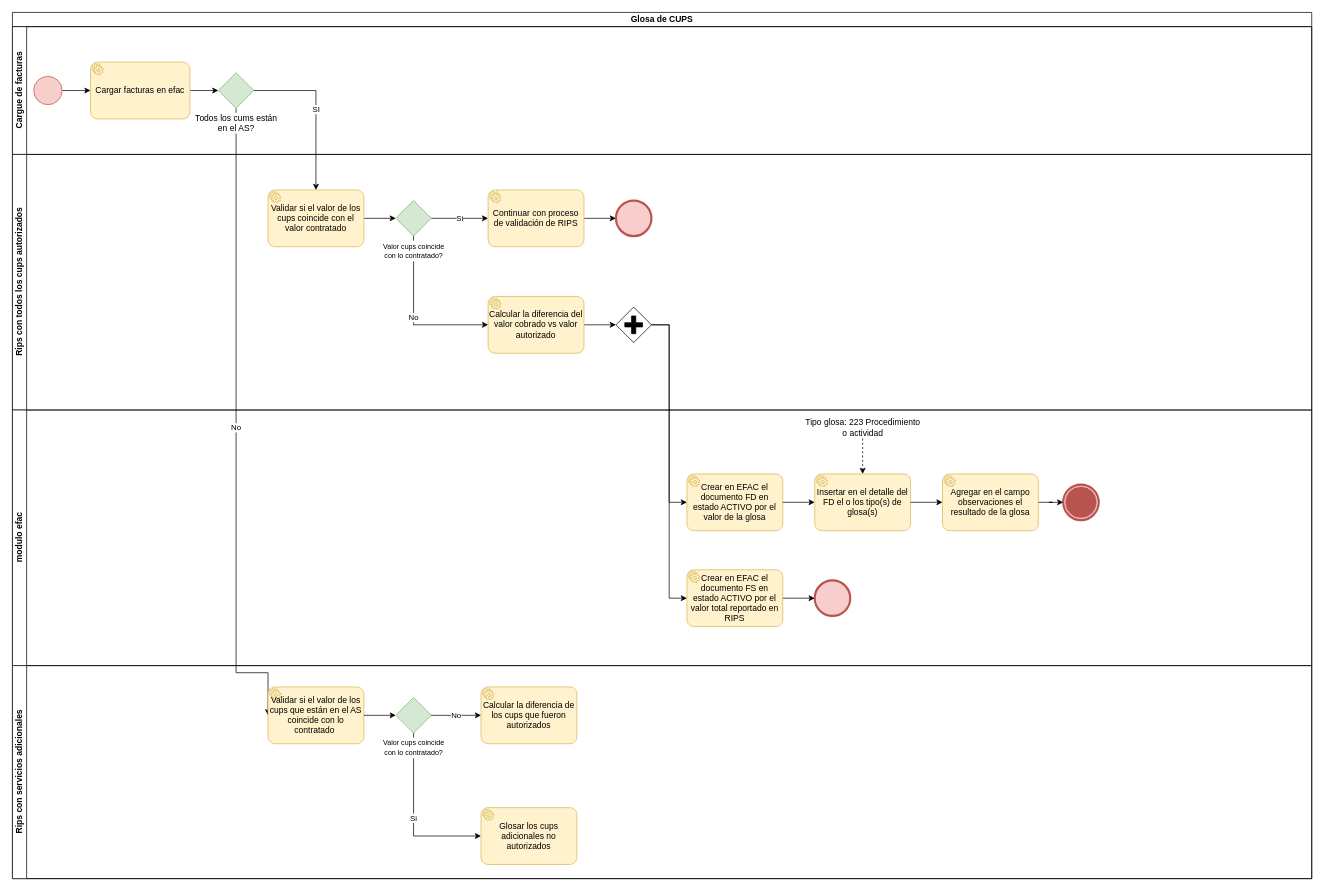
Above: Glosar cups con factura diferente a la contratada.drawio in kevinjporto/Diagramas-de-procesos (draw.io), before the change. Source tidied: cells renumbered, new cells numbered last; positions are measured from the earlier drawing's top-left corner, leaving out a move shared by most shapes. Both pictures are drawn from the tidied source at 71%, with x=0, y=0 at pixel (12, 12).
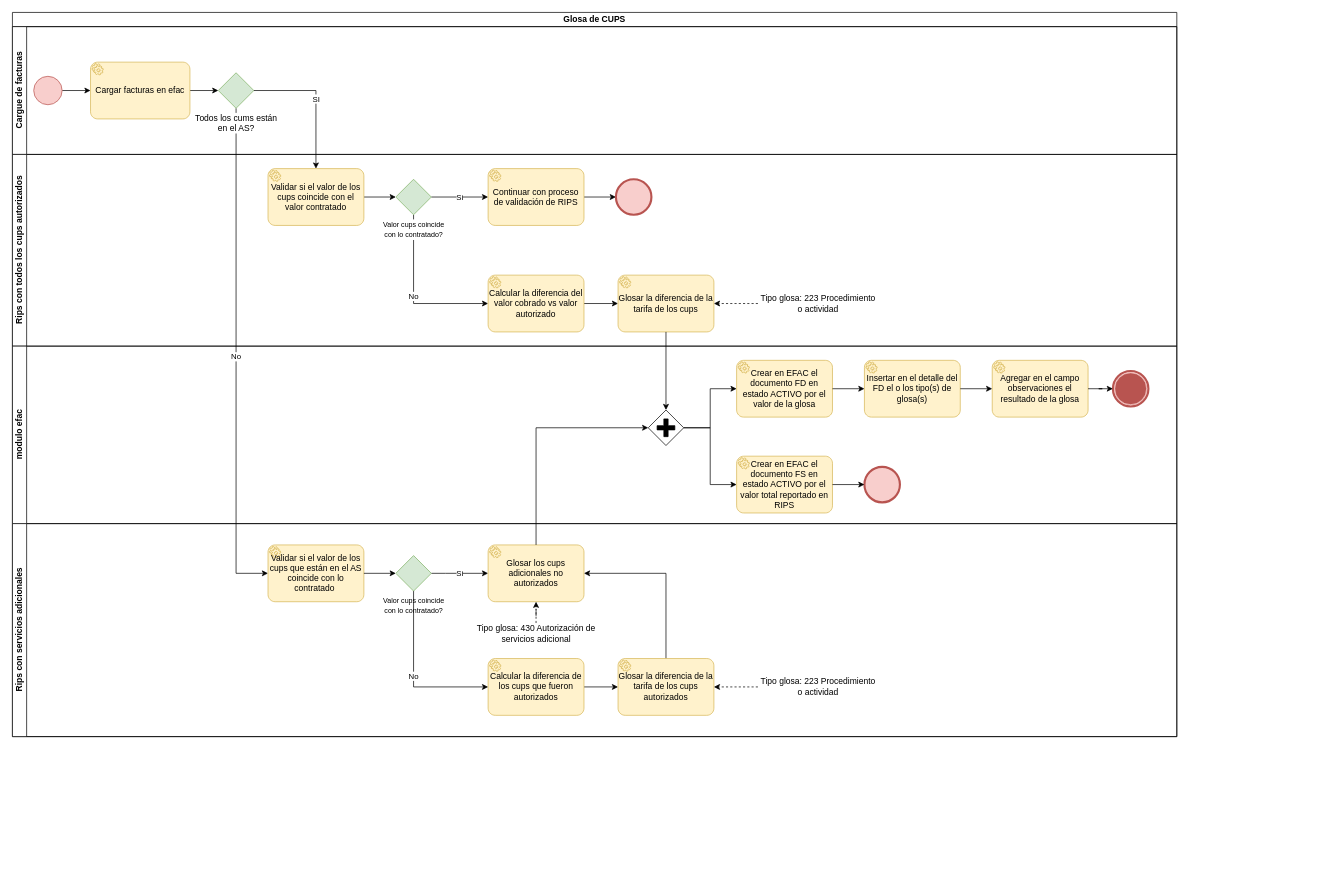
After the change.

The change refers to these unchanged cells:
```xml
<mxCell id="9" value="Todos los cums están&lt;br&gt;en el AS?" style="points=[[0.25,0.25,0],[0.5,0,0],[0.75,0.25,0],[1,0.5,0],[0.75,0.75,0],[0.5,1,0],[0.25,0.75,0],[0,0.5,0]];shape=mxgraph.bpmn.gateway2;html=1;verticalLabelPosition=bottom;labelBackgroundColor=#ffffff;verticalAlign=top;align=center;perimeter=rhombusPerimeter;outlineConnect=0;outline=none;symbol=none;fillColor=#d5e8d4;strokeColor=#82b366;" parent="4" vertex="1">
  <mxGeometry x="290" y="65" width="50" height="50" as="geometry" />
</mxCell>
<mxCell id="38" value="Validar si el valor de los cups que están en el AS coincide con lo contratado&amp;nbsp;" style="points=[[0.25,0,0],[0.5,0,0],[0.75,0,0],[1,0.25,0],[1,0.5,0],[1,0.75,0],[0.75,1,0],[0.5,1,0],[0.25,1,0],[0,0.75,0],[0,0.5,0],[0,0.25,0]];shape=mxgraph.bpmn.task;whiteSpace=wrap;rectStyle=rounded;size=10;html=1;taskMarker=service;fillColor=#fff2cc;strokeColor=#d6b656;" parent="36" vertex="1">
  <mxGeometry x="360" y="30" width="135" height="80" as="geometry" />
</mxCell>
<mxCell id="41" value="&lt;font style=&quot;font-size: 10px;&quot;&gt;Valor cups coincide&lt;br&gt;con lo contratado?&lt;/font&gt;" style="points=[[0.25,0.25,0],[0.5,0,0],[0.75,0.25,0],[1,0.5,0],[0.75,0.75,0],[0.5,1,0],[0.25,0.75,0],[0,0.5,0]];shape=mxgraph.bpmn.gateway2;html=1;verticalLabelPosition=bottom;labelBackgroundColor=#ffffff;verticalAlign=top;align=center;perimeter=rhombusPerimeter;outlineConnect=0;outline=none;symbol=none;fillColor=#d5e8d4;strokeColor=#82b366;" parent="36" vertex="1">
  <mxGeometry x="540" y="45" width="50" height="50" as="geometry" />
</mxCell>
```

The edit, as a diff of the source:
```diff
@@
     <mxCell id="2" value="Glosa de CUPS" style="swimlane;html=1;horizontal=1;startSize=20;whiteSpace=wrap;" parent="1" vertex="1">
-      <mxGeometry width="1830" height="1220" as="geometry" />
+      <mxGeometry width="1640" height="1020" as="geometry" />
     </mxCell>
     <mxCell id="3" value="No" style="edgeStyle=orthogonalEdgeStyle;rounded=0;jettySize=auto;html=1;entryX=0;entryY=0.5;entryDx=0;entryDy=0;entryPerimeter=0;" parent="2" edge="1" source="9" target="38">
       <mxGeometry relative="1" as="geometry">
         <Array as="points">
-          <mxPoint x="315" y="930" />
+          <mxPoint x="315" y="790" />
         </Array>
       </mxGeometry>
     </mxCell>
     <mxCell id="4" value="Cargue de facturas" style="swimlane;html=1;startSize=20;horizontal=0;" parent="2" vertex="1">
-      <mxGeometry y="20" width="1830" height="180" as="geometry" />
+      <mxGeometry y="20" width="1640" height="180" as="geometry" />
     </mxCell>
@@
     <mxCell id="10" value="Rips con todos los cups autorizados" style="swimlane;html=1;startSize=20;horizontal=0;" parent="2" vertex="1">
-      <mxGeometry y="200" width="1830" height="360" as="geometry" />
+      <mxGeometry y="200" width="1640" height="270" as="geometry" />
     </mxCell>
@@
     <mxCell id="12" value="Validar si el valor de los cups coincide con el valor contratado" style="points=[[0.25,0,0],[0.5,0,0],[0.75,0,0],[1,0.25,0],[1,0.5,0],[1,0.75,0],[0.75,1,0],[0.5,1,0],[0.25,1,0],[0,0.75,0],[0,0.5,0],[0,0.25,0]];shape=mxgraph.bpmn.task;whiteSpace=wrap;rectStyle=rounded;size=10;html=1;taskMarker=service;fillColor=#fff2cc;strokeColor=#d6b656;" parent="10" vertex="1">
-      <mxGeometry x="360" y="50" width="135" height="80" as="geometry" />
+      <mxGeometry x="360" y="20" width="135" height="80" as="geometry" />
     </mxCell>
@@
     <mxCell id="14" value="No" style="edgeStyle=orthogonalEdgeStyle;rounded=0;jettySize=auto;html=1;entryX=0;entryY=0.5;entryDx=0;entryDy=0;entryPerimeter=0;" parent="10" edge="1" source="15" target="19">
       <mxGeometry relative="1" as="geometry">
         <Array as="points">
-          <mxPoint x="565" y="240" />
+          <mxPoint x="565" y="210" />
         </Array>
       </mxGeometry>
     </mxCell>
     <mxCell id="15" value="&lt;font style=&quot;font-size: 10px;&quot;&gt;Valor cups coincide&lt;br&gt;con lo contratado?&lt;/font&gt;" style="points=[[0.25,0.25,0],[0.5,0,0],[0.75,0.25,0],[1,0.5,0],[0.75,0.75,0],[0.5,1,0],[0.25,0.75,0],[0,0.5,0]];shape=mxgraph.bpmn.gateway2;html=1;verticalLabelPosition=bottom;labelBackgroundColor=#ffffff;verticalAlign=top;align=center;perimeter=rhombusPerimeter;outlineConnect=0;outline=none;symbol=none;fillColor=#d5e8d4;strokeColor=#82b366;" parent="10" vertex="1">
-      <mxGeometry x="540" y="65" width="50" height="50" as="geometry" />
+      <mxGeometry x="540" y="35" width="50" height="50" as="geometry" />
     </mxCell>
@@
     <mxCell id="17" value="Continuar con proceso de validación de RIPS" style="points=[[0.25,0,0],[0.5,0,0],[0.75,0,0],[1,0.25,0],[1,0.5,0],[1,0.75,0],[0.75,1,0],[0.5,1,0],[0.25,1,0],[0,0.75,0],[0,0.5,0],[0,0.25,0]];shape=mxgraph.bpmn.task;whiteSpace=wrap;rectStyle=rounded;size=10;html=1;taskMarker=service;fillColor=#fff2cc;strokeColor=#d6b656;" parent="10" vertex="1">
-      <mxGeometry x="670" y="50" width="135" height="80" as="geometry" />
+      <mxGeometry x="670" y="20" width="135" height="80" as="geometry" />
     </mxCell>
-    <mxCell id="18" style="edgeStyle=orthogonalEdgeStyle;rounded=0;jettySize=auto;html=1;" parent="10" edge="1" source="19" target="21">
-      <mxGeometry relative="1" as="geometry" />
-    </mxCell>
+    <mxCell id="46" style="edgeStyle=orthogonalEdgeStyle;rounded=0;jettySize=auto;html=1;" parent="10" edge="1" source="19" target="47">
+      <mxGeometry relative="1" as="geometry" />
+    </mxCell>
     <mxCell id="19" value="Calcular la diferencia del valor cobrado vs valor autorizado" style="points=[[0.25,0,0],[0.5,0,0],[0.75,0,0],[1,0.25,0],[1,0.5,0],[1,0.75,0],[0.75,1,0],[0.5,1,0],[0.25,1,0],[0,0.75,0],[0,0.5,0],[0,0.25,0]];shape=mxgraph.bpmn.task;whiteSpace=wrap;rectStyle=rounded;size=10;html=1;taskMarker=service;fillColor=#fff2cc;strokeColor=#d6b656;" parent="10" vertex="1">
-      <mxGeometry x="670" y="200" width="135" height="80" as="geometry" />
+      <mxGeometry x="670" y="170" width="135" height="80" as="geometry" />
     </mxCell>
     <mxCell id="20" style="points=[[0.145,0.145,0],[0.5,0,0],[0.855,0.145,0],[1,0.5,0],[0.855,0.855,0],[0.5,1,0],[0.145,0.855,0],[0,0.5,0]];shape=mxgraph.bpmn.event;html=1;verticalLabelPosition=bottom;labelBackgroundColor=#ffffff;verticalAlign=top;align=center;perimeter=ellipsePerimeter;outlineConnect=0;outline=end;symbol=terminate2;fillColor=#f8cecc;strokeColor=#b85450;" parent="10" vertex="1">
-      <mxGeometry x="850" y="65" width="50" height="50" as="geometry" />
+      <mxGeometry x="850" y="35" width="50" height="50" as="geometry" />
     </mxCell>
-    <mxCell id="21" style="points=[[0.25,0.25,0],[0.5,0,0],[0.75,0.25,0],[1,0.5,0],[0.75,0.75,0],[0.5,1,0],[0.25,0.75,0],[0,0.5,0]];shape=mxgraph.bpmn.gateway2;html=1;verticalLabelPosition=bottom;labelBackgroundColor=#ffffff;verticalAlign=top;align=center;perimeter=rhombusPerimeter;outlineConnect=0;outline=none;symbol=none;gwType=parallel;" parent="10" vertex="1">
-      <mxGeometry x="850" y="215" width="50" height="50" as="geometry" />
-    </mxCell>
+    <mxCell id="47" value="Glosar la diferencia de la tarifa de los cups" style="points=[[0.25,0,0],[0.5,0,0],[0.75,0,0],[1,0.25,0],[1,0.5,0],[1,0.75,0],[0.75,1,0],[0.5,1,0],[0.25,1,0],[0,0.75,0],[0,0.5,0],[0,0.25,0]];shape=mxgraph.bpmn.task;whiteSpace=wrap;rectStyle=rounded;size=10;html=1;taskMarker=service;fillColor=#fff2cc;strokeColor=#d6b656;" parent="10" vertex="1">
+      <mxGeometry x="853" y="170" width="135" height="80" as="geometry" />
+    </mxCell>
+    <mxCell id="48" style="edgeStyle=orthogonalEdgeStyle;rounded=0;jettySize=auto;html=1;dashed=1;" parent="10" edge="1" source="33" target="47">
+      <mxGeometry relative="1" as="geometry" />
+    </mxCell>
+    <mxCell id="33" value="Tipo glosa: 223 Procedimiento o actividad" style="text;html=1;strokeColor=none;fillColor=none;align=center;verticalAlign=middle;whiteSpace=wrap;rounded=0;" parent="10" vertex="1">
+      <mxGeometry x="1050" y="195" width="170" height="30" as="geometry" />
+    </mxCell>
     <mxCell id="22" value="modulo efac" style="swimlane;html=1;startSize=20;horizontal=0;" parent="2" vertex="1">
-      <mxGeometry y="560" width="1830" height="360" as="geometry" />
+      <mxGeometry y="470" width="1640" height="250" as="geometry" />
     </mxCell>
     <mxCell id="23" value="Crear en EFAC el documento FD en estado ACTIVO por el valor de la glosa" style="points=[[0.25,0,0],[0.5,0,0],[0.75,0,0],[1,0.25,0],[1,0.5,0],[1,0.75,0],[0.75,1,0],[0.5,1,0],[0.25,1,0],[0,0.75,0],[0,0.5,0],[0,0.25,0]];shape=mxgraph.bpmn.task;whiteSpace=wrap;rectStyle=rounded;size=10;html=1;taskMarker=service;fillColor=#fff2cc;strokeColor=#d6b656;" parent="22" vertex="1">
-      <mxGeometry x="950" y="90" width="135" height="80" as="geometry" />
+      <mxGeometry x="1020" y="20" width="135" height="80" as="geometry" />
     </mxCell>
     <mxCell id="24" value="Crear en EFAC el documento FS en estado ACTIVO por el valor total reportado en RIPS" style="points=[[0.25,0,0],[0.5,0,0],[0.75,0,0],[1,0.25,0],[1,0.5,0],[1,0.75,0],[0.75,1,0],[0.5,1,0],[0.25,1,0],[0,0.75,0],[0,0.5,0],[0,0.25,0]];shape=mxgraph.bpmn.task;whiteSpace=wrap;rectStyle=rounded;size=10;html=1;taskMarker=service;fillColor=#fff2cc;strokeColor=#d6b656;" parent="22" vertex="1">
-      <mxGeometry x="950" y="225" width="135" height="80" as="geometry" />
+      <mxGeometry x="1020" y="155" width="135" height="80" as="geometry" />
     </mxCell>
     <mxCell id="25" value="Insertar en el detalle del FD el o los tipo(s) de glosa(s)" style="points=[[0.25,0,0],[0.5,0,0],[0.75,0,0],[1,0.25,0],[1,0.5,0],[1,0.75,0],[0.75,1,0],[0.5,1,0],[0.25,1,0],[0,0.75,0],[0,0.5,0],[0,0.25,0]];shape=mxgraph.bpmn.task;whiteSpace=wrap;rectStyle=rounded;size=10;html=1;taskMarker=service;fillColor=#fff2cc;strokeColor=#d6b656;" parent="22" vertex="1">
-      <mxGeometry x="1130" y="90" width="135" height="80" as="geometry" />
+      <mxGeometry x="1200" y="20" width="135" height="80" as="geometry" />
     </mxCell>
@@
     <mxCell id="27" value="Agregar en el campo observaciones el resultado de la glosa" style="points=[[0.25,0,0],[0.5,0,0],[0.75,0,0],[1,0.25,0],[1,0.5,0],[1,0.75,0],[0.75,1,0],[0.5,1,0],[0.25,1,0],[0,0.75,0],[0,0.5,0],[0,0.25,0]];shape=mxgraph.bpmn.task;whiteSpace=wrap;rectStyle=rounded;size=10;html=1;taskMarker=service;fillColor=#fff2cc;strokeColor=#d6b656;" parent="22" vertex="1">
-      <mxGeometry x="1310" y="90" width="135" height="80" as="geometry" />
+      <mxGeometry x="1380" y="20" width="135" height="80" as="geometry" />
     </mxCell>
@@
     <mxCell id="29" style="points=[[0.145,0.145,0],[0.5,0,0],[0.855,0.145,0],[1,0.5,0],[0.855,0.855,0],[0.5,1,0],[0.145,0.855,0],[0,0.5,0]];shape=mxgraph.bpmn.event;html=1;verticalLabelPosition=bottom;labelBackgroundColor=#ffffff;verticalAlign=top;align=center;perimeter=ellipsePerimeter;outlineConnect=0;outline=end;symbol=terminate;fillColor=#f8cecc;strokeColor=#b85450;" parent="22" vertex="1">
-      <mxGeometry x="1480" y="105" width="50" height="50" as="geometry" />
+      <mxGeometry x="1550" y="35" width="50" height="50" as="geometry" />
     </mxCell>
@@
     <mxCell id="31" style="points=[[0.145,0.145,0],[0.5,0,0],[0.855,0.145,0],[1,0.5,0],[0.855,0.855,0],[0.5,1,0],[0.145,0.855,0],[0,0.5,0]];shape=mxgraph.bpmn.event;html=1;verticalLabelPosition=bottom;labelBackgroundColor=#ffffff;verticalAlign=top;align=center;perimeter=ellipsePerimeter;outlineConnect=0;outline=end;symbol=terminate2;fillColor=#f8cecc;strokeColor=#b85450;" parent="22" vertex="1">
-      <mxGeometry x="1130" y="240" width="50" height="50" as="geometry" />
+      <mxGeometry x="1200" y="170" width="50" height="50" as="geometry" />
     </mxCell>
@@
-    <mxCell id="33" value="Tipo glosa: 223 Procedimiento o actividad" style="text;html=1;strokeColor=none;fillColor=none;align=center;verticalAlign=middle;whiteSpace=wrap;rounded=0;" parent="22" vertex="1">
-      <mxGeometry x="1112.5" y="10" width="170" height="30" as="geometry" />
-    </mxCell>
-    <mxCell id="34" style="edgeStyle=orthogonalEdgeStyle;rounded=0;jettySize=auto;html=1;dashed=1;" parent="22" edge="1" source="33" target="25">
-      <mxGeometry relative="1" as="geometry" />
-    </mxCell>
+    <mxCell id="21" style="points=[[0.25,0.25,0],[0.5,0,0],[0.75,0.25,0],[1,0.5,0],[0.75,0.75,0],[0.5,1,0],[0.25,0.75,0],[0,0.5,0]];shape=mxgraph.bpmn.gateway2;html=1;verticalLabelPosition=bottom;labelBackgroundColor=#ffffff;verticalAlign=top;align=center;perimeter=rhombusPerimeter;outlineConnect=0;outline=none;symbol=none;gwType=parallel;" parent="22" vertex="1">
+      <mxGeometry x="895.5" y="90" width="50" height="50" as="geometry" />
+    </mxCell>
+    <mxCell id="44" style="edgeStyle=orthogonalEdgeStyle;rounded=0;jettySize=auto;html=1;entryX=0;entryY=0.5;entryDx=0;entryDy=0;entryPerimeter=0;" parent="22" edge="1" source="21" target="23">
+      <mxGeometry relative="1" as="geometry" />
+    </mxCell>
+    <mxCell id="45" style="edgeStyle=orthogonalEdgeStyle;rounded=0;jettySize=auto;html=1;entryX=0;entryY=0.5;entryDx=0;entryDy=0;entryPerimeter=0;" parent="22" edge="1" source="21" target="24">
+      <mxGeometry relative="1" as="geometry" />
+    </mxCell>
@@
     <mxCell id="36" value="Rips con servicios adicionales" style="swimlane;html=1;startSize=20;horizontal=0;" parent="2" vertex="1">
-      <mxGeometry y="920" width="1830" height="300" as="geometry" />
+      <mxGeometry y="720" width="1640" height="300" as="geometry" />
     </mxCell>
     <mxCell id="37" value="Si" style="edgeStyle=orthogonalEdgeStyle;rounded=0;jettySize=auto;html=1;entryX=0;entryY=0.5;entryDx=0;entryDy=0;entryPerimeter=0;" parent="36" edge="1" source="41" target="40">
       <mxGeometry relative="1" as="geometry">
         <Array as="points">
-          <mxPoint x="565" y="240" />
+          <mxPoint x="610" y="70" />
+          <mxPoint x="610" y="70" />
         </Array>
       </mxGeometry>
     </mxCell>
@@
+    <mxCell id="49" style="edgeStyle=orthogonalEdgeStyle;rounded=0;jettySize=auto;html=1;" parent="36" edge="1" source="39" target="51">
+      <mxGeometry relative="1" as="geometry" />
+    </mxCell>
     <mxCell id="39" value="Calcular la diferencia de los cups que fueron autorizados" style="points=[[0.25,0,0],[0.5,0,0],[0.75,0,0],[1,0.25,0],[1,0.5,0],[1,0.75,0],[0.75,1,0],[0.5,1,0],[0.25,1,0],[0,0.75,0],[0,0.5,0],[0,0.25,0]];shape=mxgraph.bpmn.task;whiteSpace=wrap;rectStyle=rounded;size=10;html=1;taskMarker=service;fillColor=#fff2cc;strokeColor=#d6b656;" parent="36" vertex="1">
-      <mxGeometry x="660" y="30" width="135" height="80" as="geometry" />
+      <mxGeometry x="670" y="190" width="135" height="80" as="geometry" />
     </mxCell>
     <mxCell id="40" value="Glosar los cups adicionales no autorizados" style="points=[[0.25,0,0],[0.5,0,0],[0.75,0,0],[1,0.25,0],[1,0.5,0],[1,0.75,0],[0.75,1,0],[0.5,1,0],[0.25,1,0],[0,0.75,0],[0,0.5,0],[0,0.25,0]];shape=mxgraph.bpmn.task;whiteSpace=wrap;rectStyle=rounded;size=10;html=1;taskMarker=service;fillColor=#fff2cc;strokeColor=#d6b656;" parent="36" vertex="1">
-      <mxGeometry x="660" y="200" width="135" height="80" as="geometry" />
+      <mxGeometry x="670" y="30" width="135" height="80" as="geometry" />
     </mxCell>
@@
-    <mxCell id="43" value="No" style="edgeStyle=orthogonalEdgeStyle;rounded=0;jettySize=auto;html=1;entryX=0;entryY=0.5;entryDx=0;entryDy=0;entryPerimeter=0;exitX=1;exitY=0.5;exitDx=0;exitDy=0;exitPerimeter=0;" parent="36" edge="1" source="41" target="39">
+    <mxCell id="43" value="No" style="edgeStyle=orthogonalEdgeStyle;rounded=0;jettySize=auto;html=1;entryX=0;entryY=0.5;entryDx=0;entryDy=0;entryPerimeter=0;exitX=0.5;exitY=1;exitDx=0;exitDy=0;exitPerimeter=0;" parent="36" edge="1" source="41" target="39">
       <mxGeometry relative="1" as="geometry">
         <Array as="points">
-          <mxPoint x="660" y="70" />
+          <mxPoint x="565" y="230" />
         </Array>
       </mxGeometry>
     </mxCell>
-    <mxCell id="44" style="edgeStyle=orthogonalEdgeStyle;rounded=0;jettySize=auto;html=1;entryX=0;entryY=0.5;entryDx=0;entryDy=0;entryPerimeter=0;" parent="2" edge="1" source="21" target="23">
-      <mxGeometry relative="1" as="geometry" />
-    </mxCell>
-    <mxCell id="45" style="edgeStyle=orthogonalEdgeStyle;rounded=0;jettySize=auto;html=1;entryX=0;entryY=0.5;entryDx=0;entryDy=0;entryPerimeter=0;" parent="2" edge="1" source="21" target="24">
-      <mxGeometry relative="1" as="geometry" />
-    </mxCell>
+    <mxCell id="50" style="edgeStyle=orthogonalEdgeStyle;rounded=0;jettySize=auto;html=1;entryX=1;entryY=0.5;entryDx=0;entryDy=0;entryPerimeter=0;" parent="36" edge="1" source="51" target="40">
+      <mxGeometry relative="1" as="geometry">
+        <Array as="points">
+          <mxPoint x="921" y="70" />
+        </Array>
+      </mxGeometry>
+    </mxCell>
+    <mxCell id="51" value="Glosar la diferencia de la tarifa de los cups autorizados" style="points=[[0.25,0,0],[0.5,0,0],[0.75,0,0],[1,0.25,0],[1,0.5,0],[1,0.75,0],[0.75,1,0],[0.5,1,0],[0.25,1,0],[0,0.75,0],[0,0.5,0],[0,0.25,0]];shape=mxgraph.bpmn.task;whiteSpace=wrap;rectStyle=rounded;size=10;html=1;taskMarker=service;fillColor=#fff2cc;strokeColor=#d6b656;" parent="36" vertex="1">
+      <mxGeometry x="853" y="190" width="135" height="80" as="geometry" />
+    </mxCell>
+    <mxCell id="52" style="edgeStyle=orthogonalEdgeStyle;rounded=0;jettySize=auto;html=1;dashed=1;" parent="36" edge="1" source="53" target="51">
+      <mxGeometry relative="1" as="geometry" />
+    </mxCell>
+    <mxCell id="53" value="Tipo glosa: 223 Procedimiento o actividad" style="text;html=1;strokeColor=none;fillColor=none;align=center;verticalAlign=middle;whiteSpace=wrap;rounded=0;" parent="36" vertex="1">
+      <mxGeometry x="1050" y="215" width="170" height="30" as="geometry" />
+    </mxCell>
+    <mxCell id="54" style="edgeStyle=orthogonalEdgeStyle;rounded=0;jettySize=auto;html=1;dashed=1;" parent="36" edge="1" source="55" target="40">
+      <mxGeometry relative="1" as="geometry" />
+    </mxCell>
+    <mxCell id="55" value="Tipo glosa: 430 Autorización de servicios adicional" style="text;html=1;strokeColor=none;fillColor=none;align=center;verticalAlign=middle;whiteSpace=wrap;rounded=0;" parent="36" vertex="1">
+      <mxGeometry x="652.5" y="140" width="170" height="30" as="geometry" />
+    </mxCell>
+    <mxCell id="56" style="edgeStyle=orthogonalEdgeStyle;rounded=0;jettySize=auto;html=1;entryX=0;entryY=0.5;entryDx=0;entryDy=0;entryPerimeter=0;" parent="2" edge="1" source="40" target="21">
+      <mxGeometry relative="1" as="geometry">
+        <Array as="points">
+          <mxPoint x="738" y="585" />
+        </Array>
+      </mxGeometry>
+    </mxCell>
+    <mxCell id="57" style="edgeStyle=orthogonalEdgeStyle;rounded=0;jettySize=auto;html=1;" parent="2" edge="1" source="47" target="21">
+      <mxGeometry relative="1" as="geometry" />
+    </mxCell>
```
